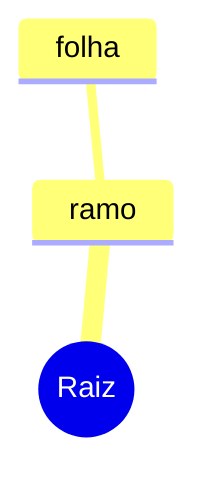
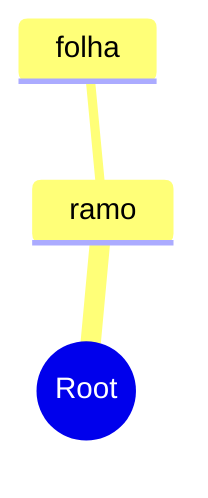
mindmap
-   root((Raiz))
+   root((Root))
    ramo
      folha
